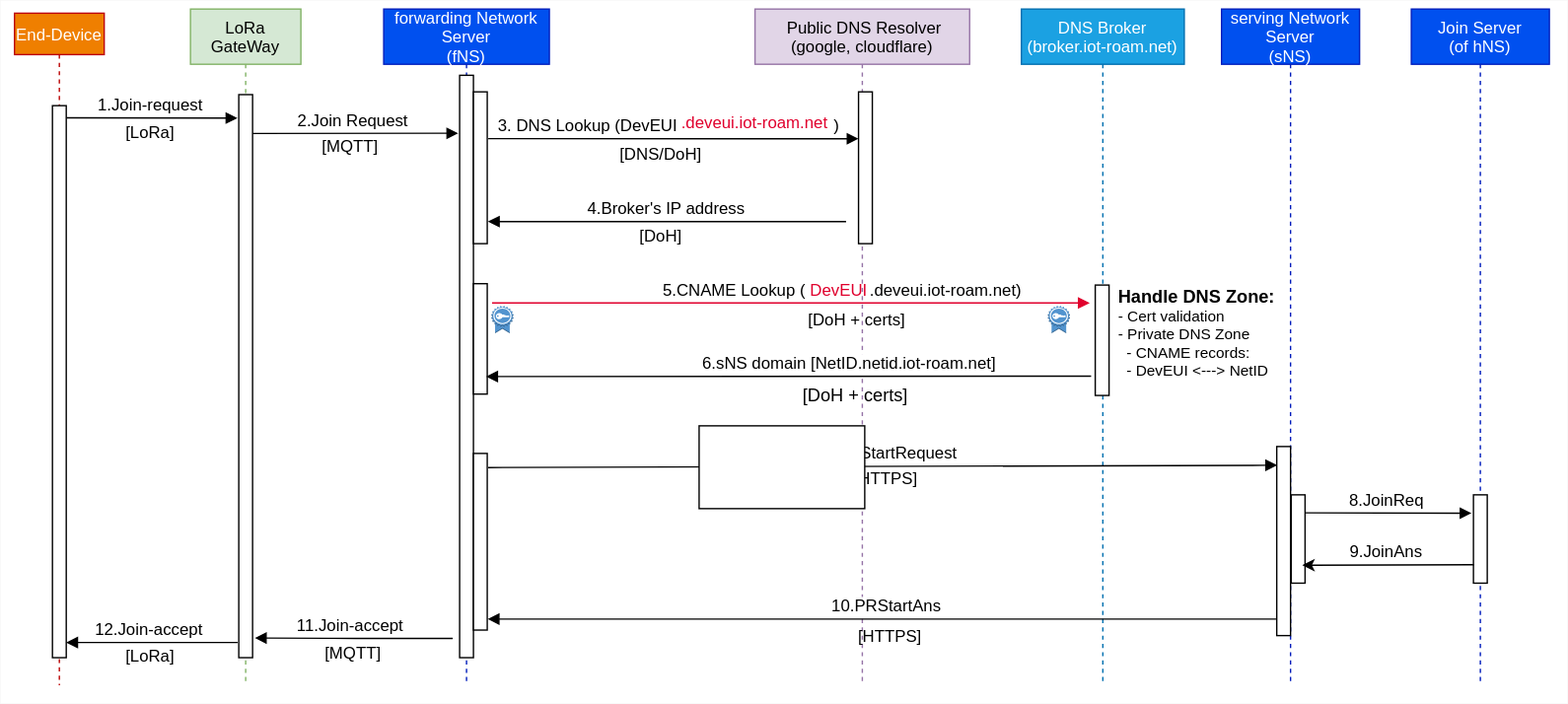
Above: images/echange.svg in MarinoMtz/LoRaWAN-Roaming-Tutorial (draw.io), before the change. Source tidied: cells renumbered, new cells last; positions are measured from the earlier drawing's top-left corner, leaving out a move shared by most shapes.
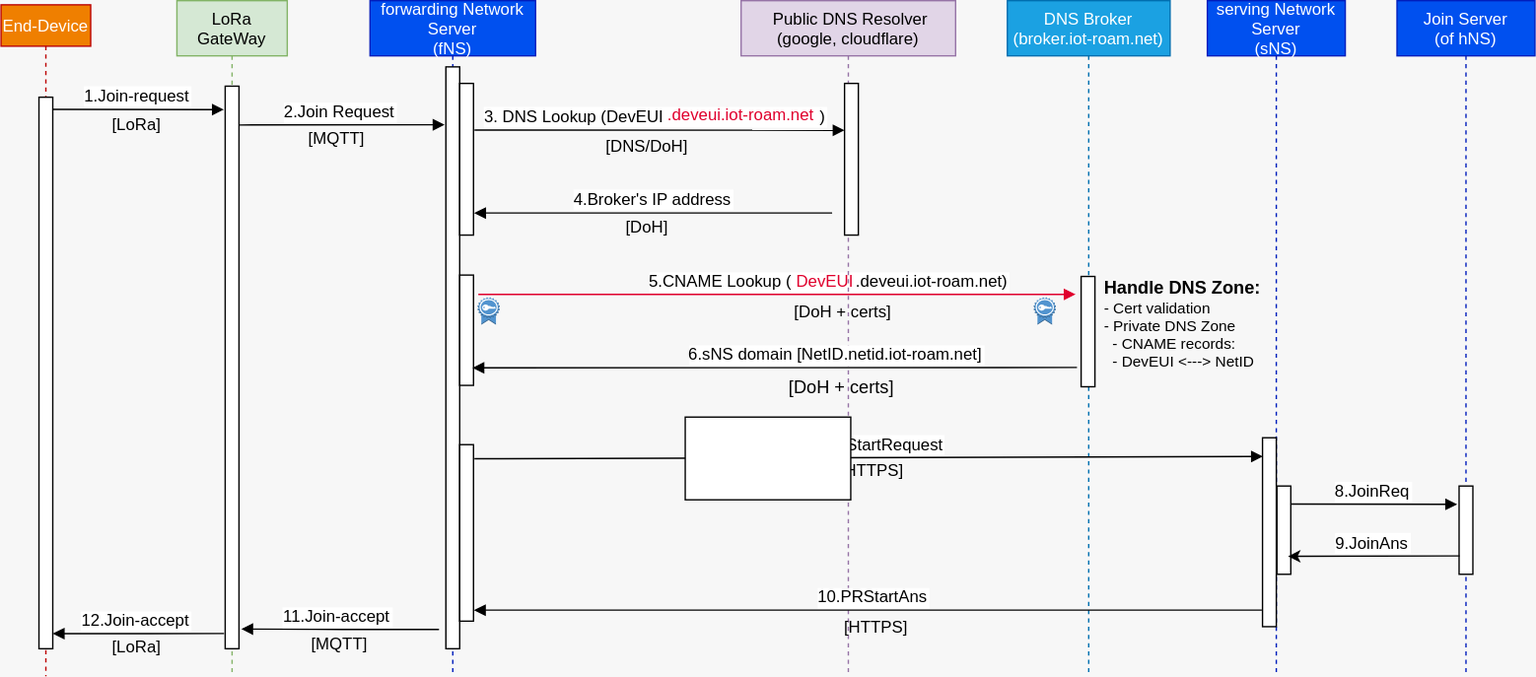
Above is the later version.

Diff of the diagram source:
```diff
@@ -2,9 +2,6 @@
   <root>
     <mxCell id="0" />
     <mxCell id="1" parent="0" />
-    <mxCell id="2" style="rounded=0;whiteSpace=wrap;html=1;strokeColor=none;" parent="1" vertex="1">
-      <mxGeometry width="1135" height="509" as="geometry" />
-    </mxCell>
     <mxCell id="3" value="5.CNAME Lookup (              .deveui.iot-roam.net)" style="verticalAlign=bottom;endArrow=block;shadow=0;strokeWidth=1;exitX=1.45;exitY=0.175;exitDx=0;exitDy=0;exitPerimeter=0;fontSize=12;strokeColor=#E0002D;" parent="1" edge="1">
       <mxGeometry x="0.17" relative="1" as="geometry">
         <mxPoint x="356" y="219" as="sourcePoint" />
```
